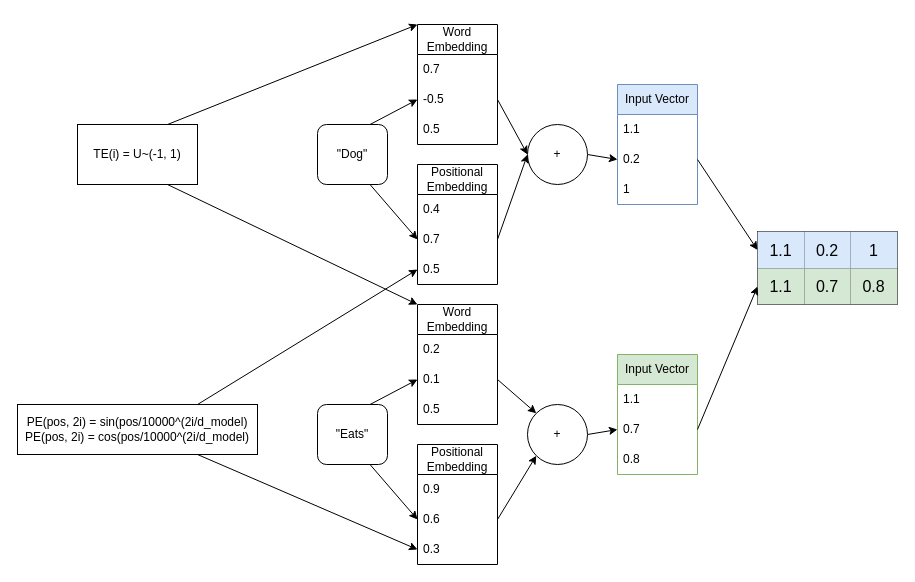
Before: docs/architecture.drawio in BrandonYChan/mini-language-model, a draw.io diagram. Source tidied: cells renumbered, new cells numbered last; positions are measured from the earlier drawing's top-left corner, leaving out a move shared by most shapes. Both pictures are drawn from the tidied source at 100%, with x=0, y=0 at pixel (17, 24).
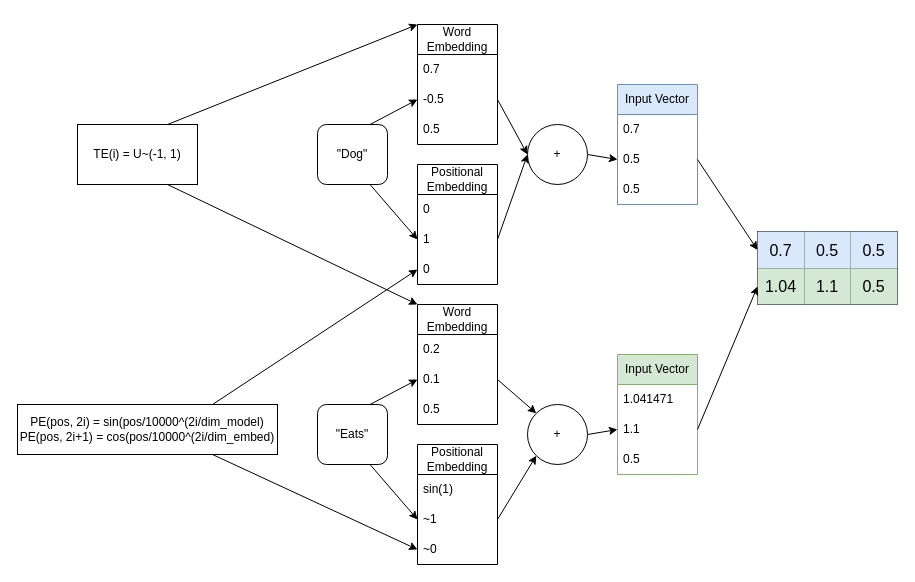
The same diagram, later.

Commit message (it also covers changes not shown here):
Complete input embedding diagram

Unchanged cells that the change refers to:
```xml
<mxCell id="3" style="shape=tableRow;horizontal=0;startSize=0;swimlaneHead=0;swimlaneBody=0;strokeColor=inherit;top=0;left=0;bottom=0;right=0;fillColor=none;points=[[0,0.5],[1,0.5]];portConstraint=eastwest;fontSize=16;" parent="2" vertex="1">
  <mxGeometry width="140" height="37" as="geometry" />
</mxCell>
<mxCell id="7" style="shape=tableRow;horizontal=0;startSize=0;swimlaneHead=0;swimlaneBody=0;strokeColor=inherit;top=0;left=0;bottom=0;right=0;fillColor=none;points=[[0,0.5],[1,0.5]];portConstraint=eastwest;fontSize=16;" parent="2" vertex="1">
  <mxGeometry y="37" width="140" height="36" as="geometry" />
</mxCell>
<mxCell id="15" value="Positional Embedding" style="swimlane;fontStyle=0;horizontal=1;startSize=30;whiteSpace=wrap;html=1;" parent="1" vertex="1">
  <mxGeometry x="400" y="140" width="80" height="120" as="geometry" />
</mxCell>
<mxCell id="26" value="Positional Embedding" style="swimlane;fontStyle=0;horizontal=1;startSize=30;whiteSpace=wrap;html=1;" parent="1" vertex="1">
  <mxGeometry x="400" y="420" width="80" height="120" as="geometry" />
</mxCell>
<mxCell id="41" value="Input Vector" style="swimlane;fontStyle=0;horizontal=1;startSize=30;whiteSpace=wrap;html=1;fillColor=#dae8fc;strokeColor=#6c8ebf;" parent="1" vertex="1">
  <mxGeometry x="600" y="60" width="80" height="120" as="geometry" />
</mxCell>
<mxCell id="45" value="&lt;span style=&quot;color: rgb(0, 0, 0);&quot;&gt;Input Vector&lt;/span&gt;" style="swimlane;fontStyle=0;horizontal=1;startSize=30;whiteSpace=wrap;html=1;fillColor=#d5e8d4;strokeColor=#82b366;" parent="1" vertex="1">
  <mxGeometry x="600" y="330" width="80" height="120" as="geometry" />
</mxCell>
```

The edit, as a diff of the source:
```diff
@@
-    <mxCell id="4" value="1.1" style="shape=partialRectangle;html=1;whiteSpace=wrap;strokeColor=#6c8ebf;overflow=hidden;fillColor=#dae8fc;top=0;left=0;bottom=0;right=0;fontSize=16;" parent="3" vertex="1">
+    <mxCell id="4" value="0.7" style="shape=partialRectangle;html=1;whiteSpace=wrap;strokeColor=#6c8ebf;overflow=hidden;fillColor=#dae8fc;top=0;left=0;bottom=0;right=0;fontSize=16;" parent="3" vertex="1">
       <mxGeometry width="47" height="37" as="geometry" />
     </mxCell>
-    <mxCell id="5" value="0.2" style="shape=partialRectangle;html=1;whiteSpace=wrap;strokeColor=#6c8ebf;overflow=hidden;fillColor=#dae8fc;top=0;left=0;bottom=0;right=0;fontSize=16;" parent="3" vertex="1">
+    <mxCell id="5" value="0.5" style="shape=partialRectangle;html=1;whiteSpace=wrap;strokeColor=#6c8ebf;overflow=hidden;fillColor=#dae8fc;top=0;left=0;bottom=0;right=0;fontSize=16;" parent="3" vertex="1">
       <mxGeometry x="47" width="46" height="37" as="geometry" />
     </mxCell>
-    <mxCell id="6" value="1" style="shape=partialRectangle;html=1;whiteSpace=wrap;strokeColor=#6c8ebf;overflow=hidden;fillColor=#dae8fc;top=0;left=0;bottom=0;right=0;fontSize=16;" parent="3" vertex="1">
+    <mxCell id="6" value="0.5" style="shape=partialRectangle;html=1;whiteSpace=wrap;strokeColor=#6c8ebf;overflow=hidden;fillColor=#dae8fc;top=0;left=0;bottom=0;right=0;fontSize=16;" parent="3" vertex="1">
       <mxGeometry x="93" width="47" height="37" as="geometry" />
     </mxCell>
@@
-    <mxCell id="8" value="1.1" style="shape=partialRectangle;html=1;whiteSpace=wrap;strokeColor=#82b366;overflow=hidden;fillColor=#d5e8d4;top=0;left=0;bottom=0;right=0;fontSize=16;" parent="7" vertex="1">
+    <mxCell id="8" value="1.04" style="shape=partialRectangle;html=1;whiteSpace=wrap;strokeColor=#82b366;overflow=hidden;fillColor=#d5e8d4;top=0;left=0;bottom=0;right=0;fontSize=16;" parent="7" vertex="1">
       <mxGeometry width="47" height="36" as="geometry" />
     </mxCell>
-    <mxCell id="9" value="0.7" style="shape=partialRectangle;html=1;whiteSpace=wrap;strokeColor=#82b366;overflow=hidden;fillColor=#d5e8d4;top=0;left=0;bottom=0;right=0;fontSize=16;" parent="7" vertex="1">
+    <mxCell id="9" value="1.1" style="shape=partialRectangle;html=1;whiteSpace=wrap;strokeColor=#82b366;overflow=hidden;fillColor=#d5e8d4;top=0;left=0;bottom=0;right=0;fontSize=16;" parent="7" vertex="1">
       <mxGeometry x="47" width="46" height="36" as="geometry" />
     </mxCell>
-    <mxCell id="10" value="0.8" style="shape=partialRectangle;html=1;whiteSpace=wrap;strokeColor=#82b366;overflow=hidden;fillColor=#d5e8d4;top=0;left=0;bottom=0;right=0;fontSize=16;" parent="7" vertex="1">
+    <mxCell id="10" value="0.5" style="shape=partialRectangle;html=1;whiteSpace=wrap;strokeColor=#82b366;overflow=hidden;fillColor=#d5e8d4;top=0;left=0;bottom=0;right=0;fontSize=16;" parent="7" vertex="1">
       <mxGeometry x="93" width="47" height="36" as="geometry" />
     </mxCell>
@@
-    <mxCell id="16" value="0.4" style="text;strokeColor=none;fillColor=none;align=left;verticalAlign=middle;spacingLeft=4;spacingRight=4;overflow=hidden;whiteSpace=wrap;html=1;" parent="15" vertex="1">
+    <mxCell id="16" value="0" style="text;strokeColor=none;fillColor=none;align=left;verticalAlign=middle;spacingLeft=4;spacingRight=4;overflow=hidden;whiteSpace=wrap;html=1;" parent="15" vertex="1">
       <mxGeometry y="30" width="80" height="30" as="geometry" />
     </mxCell>
-    <mxCell id="17" value="0.7" style="text;strokeColor=none;fillColor=none;align=left;verticalAlign=middle;spacingLeft=4;spacingRight=4;overflow=hidden;points=[[0,0.5],[1,0.5]];portConstraint=eastwest;whiteSpace=wrap;html=1;" parent="15" vertex="1">
+    <mxCell id="17" value="1" style="text;strokeColor=none;fillColor=none;align=left;verticalAlign=middle;spacingLeft=4;spacingRight=4;overflow=hidden;points=[[0,0.5],[1,0.5]];portConstraint=eastwest;whiteSpace=wrap;html=1;" parent="15" vertex="1">
       <mxGeometry y="60" width="80" height="30" as="geometry" />
     </mxCell>
-    <mxCell id="18" value="0.5" style="text;strokeColor=none;fillColor=none;align=left;verticalAlign=middle;spacingLeft=4;spacingRight=4;overflow=hidden;points=[[0,0.5],[1,0.5]];portConstraint=eastwest;whiteSpace=wrap;html=1;" parent="15" vertex="1">
+    <mxCell id="18" value="0" style="text;strokeColor=none;fillColor=none;align=left;verticalAlign=middle;spacingLeft=4;spacingRight=4;overflow=hidden;points=[[0,0.5],[1,0.5]];portConstraint=eastwest;whiteSpace=wrap;html=1;" parent="15" vertex="1">
       <mxGeometry y="90" width="80" height="30" as="geometry" />
     </mxCell>
@@
-    <mxCell id="27" value="0.9" style="text;strokeColor=none;fillColor=none;align=left;verticalAlign=middle;spacingLeft=4;spacingRight=4;overflow=hidden;whiteSpace=wrap;html=1;" parent="26" vertex="1">
+    <mxCell id="27" value="sin(1)" style="text;strokeColor=none;fillColor=none;align=left;verticalAlign=middle;spacingLeft=4;spacingRight=4;overflow=hidden;whiteSpace=wrap;html=1;" parent="26" vertex="1">
       <mxGeometry y="30" width="80" height="30" as="geometry" />
     </mxCell>
-    <mxCell id="28" value="0.6" style="text;strokeColor=none;fillColor=none;align=left;verticalAlign=middle;spacingLeft=4;spacingRight=4;overflow=hidden;points=[[0,0.5],[1,0.5]];portConstraint=eastwest;whiteSpace=wrap;html=1;" parent="26" vertex="1">
+    <mxCell id="28" value="~1" style="text;strokeColor=none;fillColor=none;align=left;verticalAlign=middle;spacingLeft=4;spacingRight=4;overflow=hidden;points=[[0,0.5],[1,0.5]];portConstraint=eastwest;whiteSpace=wrap;html=1;" parent="26" vertex="1">
       <mxGeometry y="60" width="80" height="30" as="geometry" />
     </mxCell>
-    <mxCell id="29" value="0.3" style="text;strokeColor=none;fillColor=none;align=left;verticalAlign=middle;spacingLeft=4;spacingRight=4;overflow=hidden;points=[[0,0.5],[1,0.5]];portConstraint=eastwest;whiteSpace=wrap;html=1;" parent="26" vertex="1">
+    <mxCell id="29" value="~0" style="text;strokeColor=none;fillColor=none;align=left;verticalAlign=middle;spacingLeft=4;spacingRight=4;overflow=hidden;points=[[0,0.5],[1,0.5]];portConstraint=eastwest;whiteSpace=wrap;html=1;" parent="26" vertex="1">
       <mxGeometry y="90" width="80" height="30" as="geometry" />
     </mxCell>
@@
-    <mxCell id="42" value="1.1" style="text;strokeColor=none;fillColor=none;align=left;verticalAlign=middle;spacingLeft=4;spacingRight=4;overflow=hidden;whiteSpace=wrap;html=1;" parent="41" vertex="1">
+    <mxCell id="42" value="0.7" style="text;strokeColor=none;fillColor=none;align=left;verticalAlign=middle;spacingLeft=4;spacingRight=4;overflow=hidden;whiteSpace=wrap;html=1;" parent="41" vertex="1">
       <mxGeometry y="30" width="80" height="30" as="geometry" />
     </mxCell>
-    <mxCell id="43" value="0.2" style="text;strokeColor=none;fillColor=none;align=left;verticalAlign=middle;spacingLeft=4;spacingRight=4;overflow=hidden;points=[[0,0.5],[1,0.5]];portConstraint=eastwest;whiteSpace=wrap;html=1;" parent="41" vertex="1">
+    <mxCell id="43" value="0.5" style="text;strokeColor=none;fillColor=none;align=left;verticalAlign=middle;spacingLeft=4;spacingRight=4;overflow=hidden;points=[[0,0.5],[1,0.5]];portConstraint=eastwest;whiteSpace=wrap;html=1;" parent="41" vertex="1">
       <mxGeometry y="60" width="80" height="30" as="geometry" />
     </mxCell>
-    <mxCell id="44" value="1" style="text;strokeColor=none;fillColor=none;align=left;verticalAlign=middle;spacingLeft=4;spacingRight=4;overflow=hidden;whiteSpace=wrap;html=1;" parent="41" vertex="1">
+    <mxCell id="44" value="0.5" style="text;strokeColor=none;fillColor=none;align=left;verticalAlign=middle;spacingLeft=4;spacingRight=4;overflow=hidden;whiteSpace=wrap;html=1;" parent="41" vertex="1">
       <mxGeometry y="90" width="80" height="30" as="geometry" />
     </mxCell>
@@
-    <mxCell id="46" value="1.1" style="text;strokeColor=none;fillColor=none;align=left;verticalAlign=middle;spacingLeft=4;spacingRight=4;overflow=hidden;whiteSpace=wrap;html=1;" parent="45" vertex="1">
+    <mxCell id="46" value="1.041471" style="text;strokeColor=none;fillColor=none;align=left;verticalAlign=middle;spacingLeft=4;spacingRight=4;overflow=hidden;whiteSpace=wrap;html=1;" parent="45" vertex="1">
       <mxGeometry y="30" width="80" height="30" as="geometry" />
     </mxCell>
-    <mxCell id="47" value="0.7" style="text;strokeColor=none;fillColor=none;align=left;verticalAlign=middle;spacingLeft=4;spacingRight=4;overflow=hidden;points=[[0,0.5],[1,0.5]];portConstraint=eastwest;whiteSpace=wrap;html=1;" parent="45" vertex="1">
+    <mxCell id="47" value="1.1" style="text;strokeColor=none;fillColor=none;align=left;verticalAlign=middle;spacingLeft=4;spacingRight=4;overflow=hidden;points=[[0,0.5],[1,0.5]];portConstraint=eastwest;whiteSpace=wrap;html=1;" parent="45" vertex="1">
       <mxGeometry y="60" width="80" height="30" as="geometry" />
     </mxCell>
-    <mxCell id="48" value="0.8" style="text;strokeColor=none;fillColor=none;align=left;verticalAlign=middle;spacingLeft=4;spacingRight=4;overflow=hidden;whiteSpace=wrap;html=1;" parent="45" vertex="1">
+    <mxCell id="48" value="0.5" style="text;strokeColor=none;fillColor=none;align=left;verticalAlign=middle;spacingLeft=4;spacingRight=4;overflow=hidden;whiteSpace=wrap;html=1;" parent="45" vertex="1">
       <mxGeometry y="90" width="80" height="30" as="geometry" />
     </mxCell>
@@
-    <mxCell id="53" value="&lt;span&gt;&lt;font style=&quot;color: light-dark(rgb(0, 0, 0), rgb(255, 255, 255));&quot;&gt;PE(pos, 2i) = sin(pos/10000^(2i/d_model)&lt;/font&gt;&lt;/span&gt;&lt;div&gt;&lt;span&gt;&lt;font style=&quot;color: light-dark(rgb(0, 0, 0), rgb(255, 255, 255));&quot;&gt;PE(pos, 2i) = cos(pos/10000^(2i/d_model)&lt;/font&gt;&lt;/span&gt;&lt;span&gt;&lt;font style=&quot;color: light-dark(rgb(255, 255, 255), rgb(255, 255, 255));&quot;&gt;&lt;/font&gt;&lt;/span&gt;&lt;/div&gt;" style="rounded=0;whiteSpace=wrap;html=1;" parent="1" vertex="1">
-      <mxGeometry y="380" width="240" height="50" as="geometry" />
+    <mxCell id="53" value="&lt;span&gt;&lt;font style=&quot;color: light-dark(rgb(0, 0, 0), rgb(255, 255, 255));&quot;&gt;PE(pos, 2i) = sin(pos/10000^(2i/dim_model)&lt;/font&gt;&lt;/span&gt;&lt;div&gt;&lt;span&gt;&lt;font style=&quot;color: light-dark(rgb(0, 0, 0), rgb(255, 255, 255));&quot;&gt;PE(pos, 2i+1) = cos(pos/10000^(2i/dim_embed)&lt;/font&gt;&lt;/span&gt;&lt;span&gt;&lt;font style=&quot;color: light-dark(rgb(255, 255, 255), rgb(255, 255, 255));&quot;&gt;&lt;/font&gt;&lt;/span&gt;&lt;/div&gt;" style="rounded=0;whiteSpace=wrap;html=1;" parent="1" vertex="1">
+      <mxGeometry y="380" width="260" height="50" as="geometry" />
     </mxCell>
```
